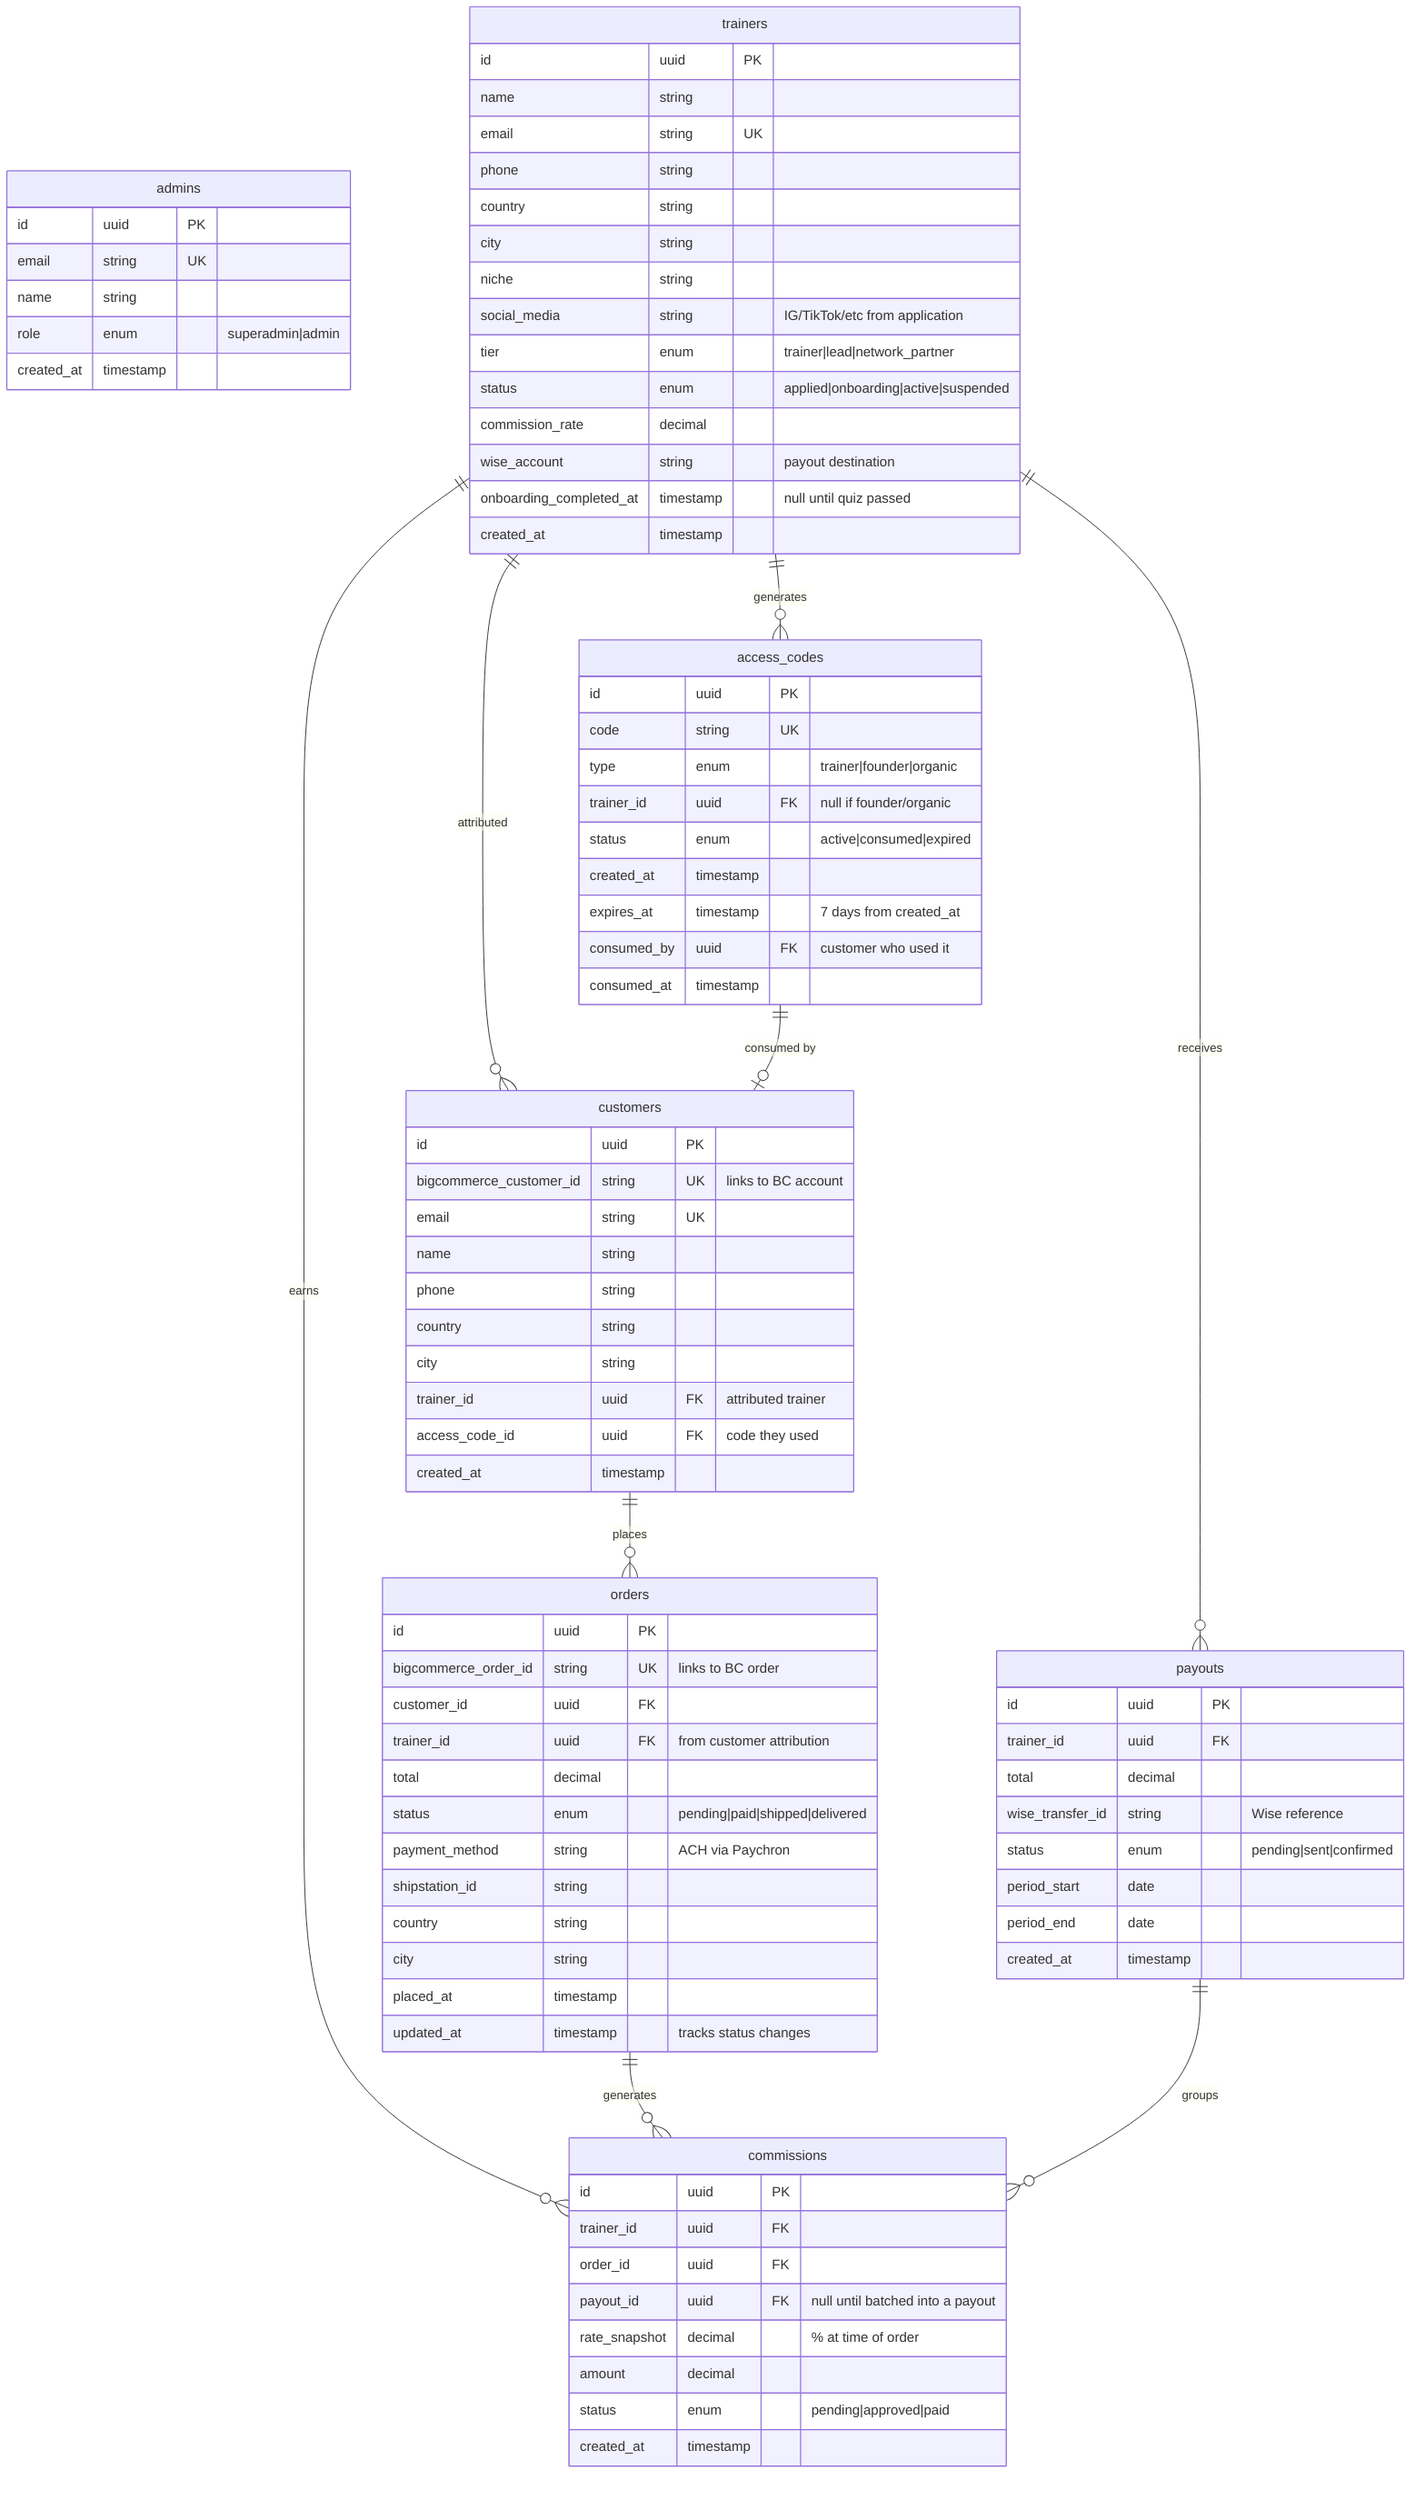
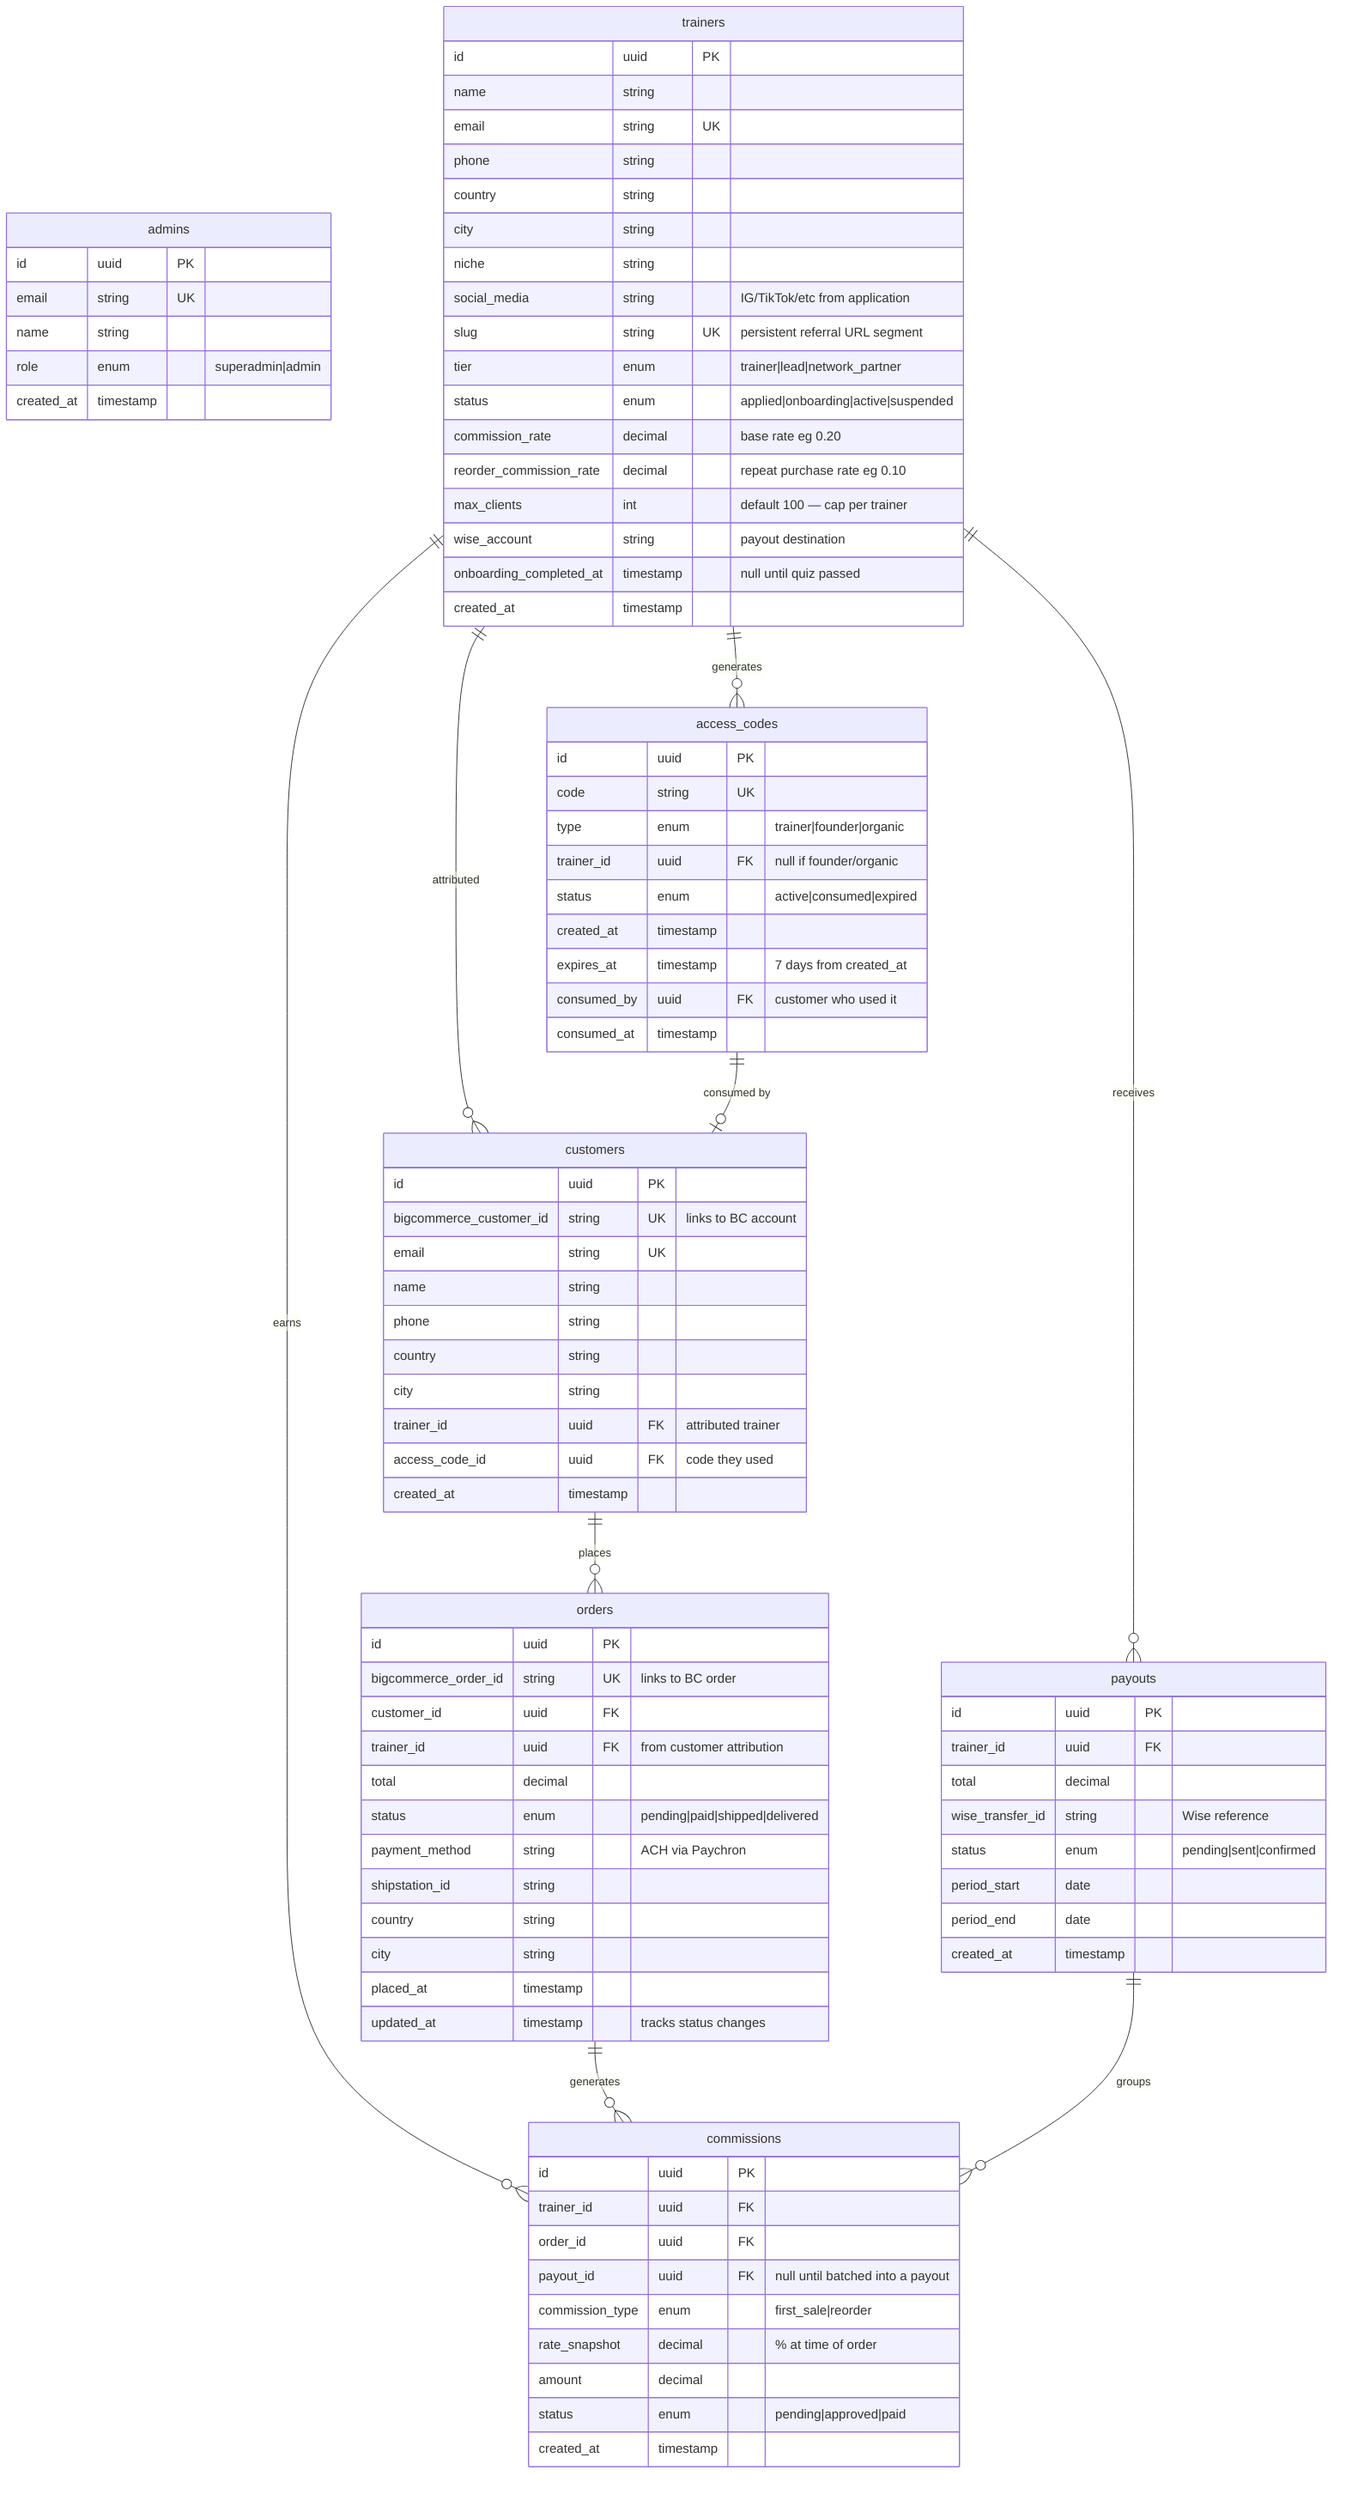
erDiagram
    admins {
        id uuid PK
        email string UK
        name string
        role enum "superadmin|admin"
        created_at timestamp
    }

    trainers {
        id uuid PK
        name string
        email string UK
        phone string
        country string
        city string
        niche string
        social_media string "IG/TikTok/etc from application"
+         slug string UK "persistent referral URL segment"
        tier enum "trainer|lead|network_partner"
        status enum "applied|onboarding|active|suspended"
-         commission_rate decimal
+         commission_rate decimal "base rate eg 0.20"
+         reorder_commission_rate decimal "repeat purchase rate eg 0.10"
+         max_clients int "default 100 — cap per trainer"
        wise_account string "payout destination"
        onboarding_completed_at timestamp "null until quiz passed"
        created_at timestamp
    }

    access_codes {
        id uuid PK
        code string UK
        type enum "trainer|founder|organic"
        trainer_id uuid FK "null if founder/organic"
        status enum "active|consumed|expired"
        created_at timestamp
        expires_at timestamp "7 days from created_at"
        consumed_by uuid FK "customer who used it"
        consumed_at timestamp
    }

    customers {
        id uuid PK
        bigcommerce_customer_id string UK "links to BC account"
        email string UK
        name string
        phone string
        country string
        city string
        trainer_id uuid FK "attributed trainer"
        access_code_id uuid FK "code they used"
        created_at timestamp
    }

    orders {
        id uuid PK
        bigcommerce_order_id string UK "links to BC order"
        customer_id uuid FK
        trainer_id uuid FK "from customer attribution"
        total decimal
        status enum "pending|paid|shipped|delivered"
        payment_method string "ACH via Paychron"
        shipstation_id string
        country string
        city string
        placed_at timestamp
        updated_at timestamp "tracks status changes"
    }

    payouts {
        id uuid PK
        trainer_id uuid FK
        total decimal
        wise_transfer_id string "Wise reference"
        status enum "pending|sent|confirmed"
        period_start date
        period_end date
        created_at timestamp
    }

    commissions {
        id uuid PK
        trainer_id uuid FK
        order_id uuid FK
        payout_id uuid FK "null until batched into a payout"
+         commission_type enum "first_sale|reorder"
        rate_snapshot decimal "% at time of order"
        amount decimal
        status enum "pending|approved|paid"
        created_at timestamp
    }

    trainers ||--o{ access_codes : "generates"
    trainers ||--o{ customers : "attributed"
    trainers ||--o{ commissions : "earns"
    trainers ||--o{ payouts : "receives"
    customers ||--o{ orders : "places"
    orders ||--o{ commissions : "generates"
    access_codes ||--o| customers : "consumed by"
    payouts ||--o{ commissions : "groups"
